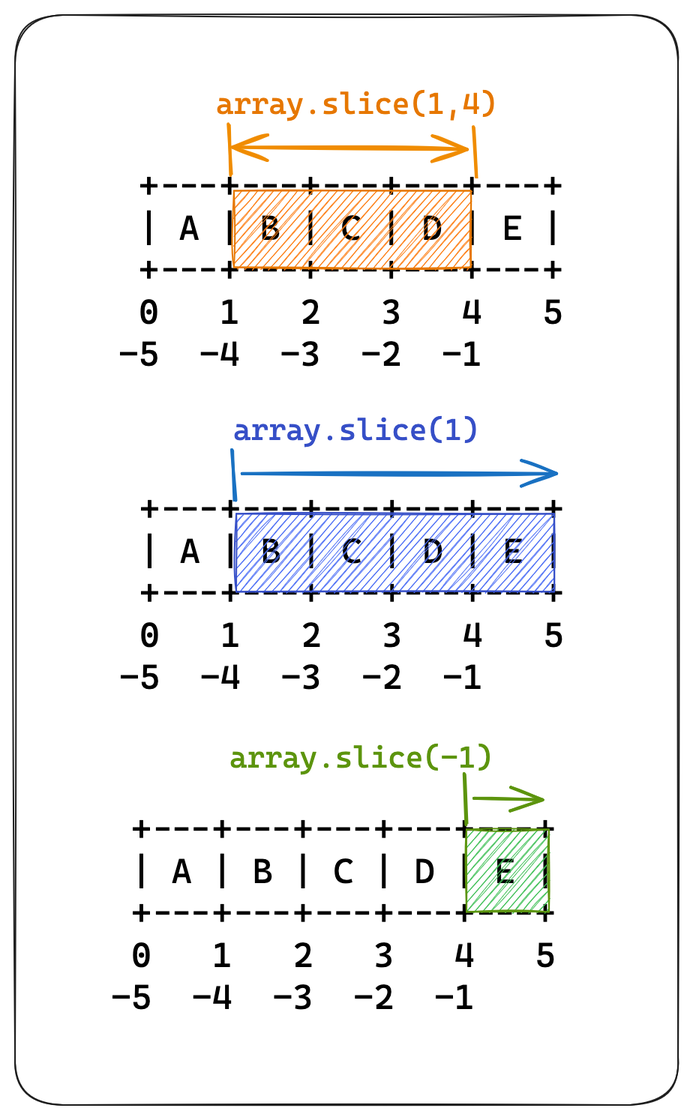
This is source/basic/array/img/array.prototype.slice.png from asciidwango/js-primer, a Excalidraw export, as it was before one commit. Source tidied: one line per element, renumbered; positions are measured from the earlier drawing's top-left corner, leaving out a move shared by most shapes.
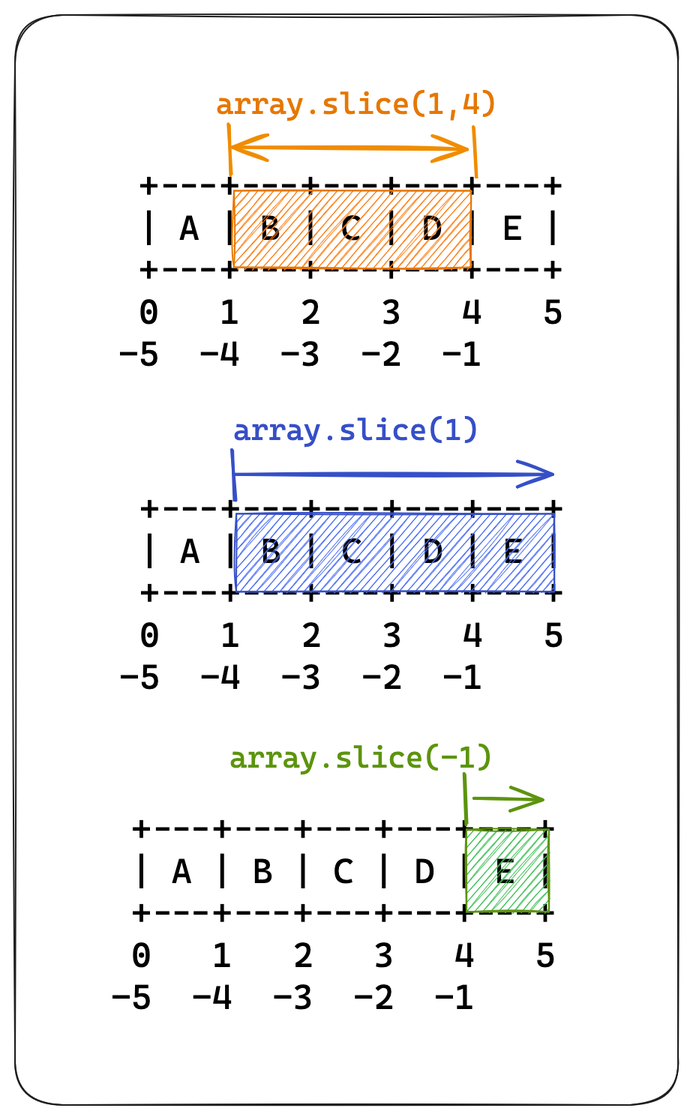
The same file after the commit.

The edit, as a diff of the source:
```diff
@@ -9,8 +9,8 @@
 {"id": 8, "type": "text", "text": "array.slice(1)", "strokeColor": "#364fc7", "strokeWidth": 1, "roughness": 1, "fontSize": 20, "fontFamily": 3, "x": 146, "y": 264, "width": 164, "height": 25}
 {"id": 9, "type": "arrow", "strokeColor": "#5c940d", "backgroundColor": "#a5d8ff", "fillStyle": "cross-hatch", "strokeWidth": 2, "roughness": 1, "round": true, "x": 300, "y": 507, "width": 2, "height": 33, "points": [[0, 0], [2, 34]]}
 {"id": 10, "type": "arrow", "strokeColor": "#5c940d", "backgroundColor": "#a5d8ff", "fillStyle": "cross-hatch", "strokeWidth": 2, "roughness": 1, "endArrowhead": "arrow", "from": 5, "to": 3, "x": 306, "y": 523, "width": 46, "height": 1, "points": [[0, 0], [46, 1]]}
-{"id": 11, "type": "arrow", "strokeColor": "#1971c2", "backgroundColor": "#a5d8ff", "fillStyle": "cross-hatch", "strokeWidth": 2, "roughness": 1, "round": true, "x": 145, "y": 291, "width": 2, "height": 34, "points": [[0, 0], [2, 34]]}
+{"id": 11, "type": "arrow", "strokeColor": "#364fc7", "backgroundColor": "#a5d8ff", "fillStyle": "cross-hatch", "strokeWidth": 2, "roughness": 1, "round": true, "x": 145, "y": 291, "width": 2, "height": 34, "points": [[0, 0], [2, 34]]}
-{"id": 12, "type": "arrow", "strokeColor": "#1971c2", "backgroundColor": "#a5d8ff", "fillStyle": "cross-hatch", "strokeWidth": 2, "roughness": 1, "endArrowhead": "arrow", "to": 6, "x": 151, "y": 306, "width": 210, "height": 0, "points": [[0, 0], [210, 0]]}
+{"id": 12, "type": "arrow", "strokeColor": "#364fc7", "backgroundColor": "#a5d8ff", "fillStyle": "cross-hatch", "strokeWidth": 2, "roughness": 1, "endArrowhead": "arrow", "to": 6, "x": 147, "y": 306, "width": 212, "height": 0, "points": [[0, 0], [212, 0]]}
 {"id": 13, "type": "arrow", "strokeColor": "#f08c00", "backgroundColor": "#a5d8ff", "fillStyle": "cross-hatch", "strokeWidth": 2, "roughness": 1, "round": true, "x": 143, "y": 73, "width": 2, "height": 34, "points": [[0, 0], [2, 34]]}
 {"id": 14, "type": "arrow", "strokeColor": "#f08c00", "backgroundColor": "#a5d8ff", "fillStyle": "cross-hatch", "strokeWidth": 2, "roughness": 1, "startArrowhead": "arrow", "endArrowhead": "arrow", "x": 302, "y": 90, "width": 157, "height": 2, "points": [[0, 0], [-157, -2]]}
 {"id": 15, "type": "rectangle", "strokeColor": "#1e1e1e", "strokeWidth": 1, "roughness": 1, "round": true, "x": 0, "y": 0, "width": 442, "height": 727}
```
